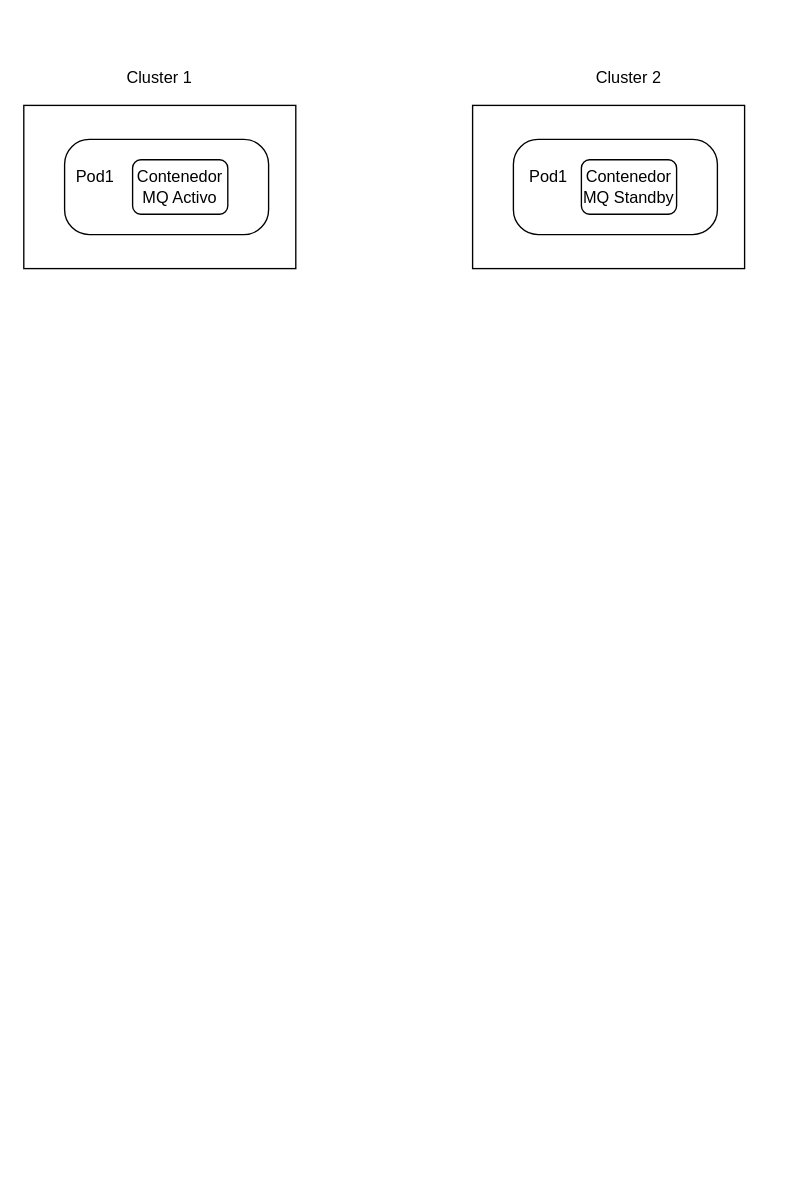
Above: POC.drawio in dacht87/PoC_SUNAT (draw.io), before the change. Source tidied: cells renumbered, new cells numbered last; positions are measured from the earlier drawing's top-left corner, leaving out a move shared by most shapes. Both pictures are drawn from the tidied source at 136%, with x=0, y=0 at pixel (23, 64).
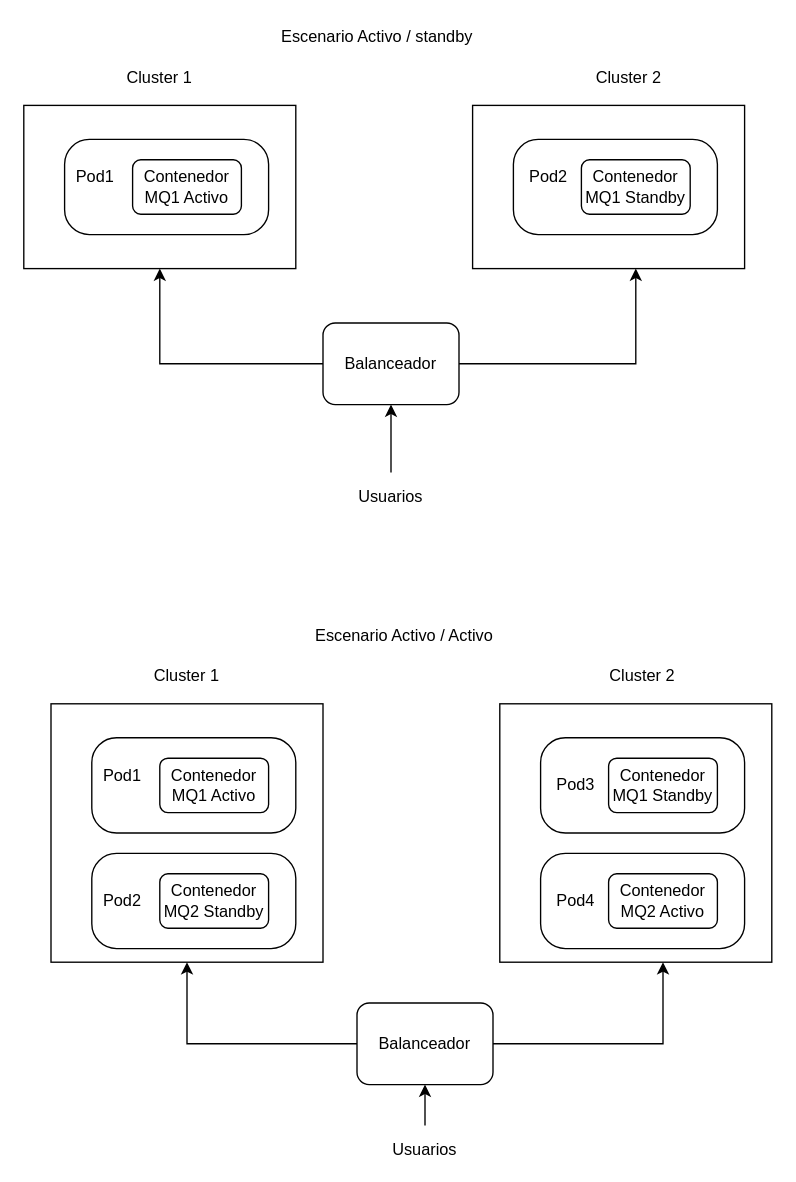
The same page after the edit.

The change refers to these unchanged cells:
```xml
<mxCell id="2" style="rounded=0;whiteSpace=wrap;html=1;" parent="1" vertex="1">
  <mxGeometry y="30" width="200" height="120" as="geometry" />
</mxCell>
<mxCell id="7" style="rounded=0;whiteSpace=wrap;html=1;" parent="1" vertex="1">
  <mxGeometry x="330" y="30" width="200" height="120" as="geometry" />
</mxCell>
```

What changed in the source:
```diff
@@
-    <mxCell id="6" value="Contenedor MQ Activo" style="rounded=1;whiteSpace=wrap;html=1;" parent="1" vertex="1">
-      <mxGeometry x="80" y="70" width="70" height="40" as="geometry" />
+    <mxCell id="6" value="Contenedor MQ1 Activo" style="rounded=1;whiteSpace=wrap;html=1;" parent="1" vertex="1">
+      <mxGeometry x="80" y="70" width="80" height="40" as="geometry" />
     </mxCell>
@@
-    <mxCell id="8" value="&lt;div&gt;&lt;span&gt;&amp;nbsp; &amp;nbsp;Pod1&lt;/span&gt;&lt;/div&gt;&lt;div&gt;&lt;br&gt;&lt;/div&gt;" style="rounded=1;whiteSpace=wrap;html=1;arcSize=26;align=left;" parent="1" vertex="1">
+    <mxCell id="8" value="&lt;div&gt;&lt;span&gt;&amp;nbsp; &amp;nbsp;Pod2&lt;/span&gt;&lt;/div&gt;&lt;div&gt;&lt;br&gt;&lt;/div&gt;" style="rounded=1;whiteSpace=wrap;html=1;arcSize=26;align=left;" parent="1" vertex="1">
       <mxGeometry x="360" y="55" width="150" height="70" as="geometry" />
     </mxCell>
-    <mxCell id="9" value="Contenedor MQ Standby" style="rounded=1;whiteSpace=wrap;html=1;" parent="1" vertex="1">
-      <mxGeometry x="410" y="70" width="70" height="40" as="geometry" />
+    <mxCell id="9" value="Contenedor MQ1 Standby" style="rounded=1;whiteSpace=wrap;html=1;" parent="1" vertex="1">
+      <mxGeometry x="410" y="70" width="80" height="40" as="geometry" />
     </mxCell>
+    <mxCell id="10" style="edgeStyle=orthogonalEdgeStyle;rounded=0;jettySize=auto;html=1;entryX=0.5;entryY=1;entryDx=0;entryDy=0;" parent="1" edge="1" source="12" target="2">
+      <mxGeometry relative="1" as="geometry" />
+    </mxCell>
+    <mxCell id="11" style="edgeStyle=orthogonalEdgeStyle;rounded=0;jettySize=auto;html=1;entryX=0.6;entryY=1;entryDx=0;entryDy=0;entryPerimeter=0;" parent="1" edge="1" source="12" target="7">
+      <mxGeometry relative="1" as="geometry" />
+    </mxCell>
+    <mxCell id="12" value="Balanceador" style="rounded=1;whiteSpace=wrap;html=1;" parent="1" vertex="1">
+      <mxGeometry x="220" y="190" width="100" height="60" as="geometry" />
+    </mxCell>
+    <mxCell id="13" style="edgeStyle=orthogonalEdgeStyle;rounded=0;jettySize=auto;html=1;entryX=0.5;entryY=1;entryDx=0;entryDy=0;" parent="1" edge="1" source="14" target="12">
+      <mxGeometry relative="1" as="geometry" />
+    </mxCell>
+    <mxCell id="14" value="&lt;br&gt;Usuarios" style="text;html=1;strokeColor=none;fillColor=none;align=center;verticalAlign=middle;whiteSpace=wrap;rounded=0;" parent="1" vertex="1">
+      <mxGeometry x="250" y="300" width="40" height="20" as="geometry" />
+    </mxCell>
+    <mxCell id="15" value="Escenario Activo / standby" style="text;html=1;strokeColor=none;fillColor=none;align=center;verticalAlign=middle;whiteSpace=wrap;rounded=0;" parent="1" vertex="1">
+      <mxGeometry x="160" y="-30" width="200" height="20" as="geometry" />
+    </mxCell>
+    <mxCell id="16" style="rounded=0;whiteSpace=wrap;html=1;" parent="1" vertex="1">
+      <mxGeometry x="20" y="470" width="200" height="190" as="geometry" />
+    </mxCell>
+    <mxCell id="17" value="Cluster 1" style="text;html=1;strokeColor=none;fillColor=none;align=center;verticalAlign=middle;whiteSpace=wrap;rounded=0;" parent="1" vertex="1">
+      <mxGeometry x="85" y="440" width="70" height="20" as="geometry" />
+    </mxCell>
+    <mxCell id="18" value="Cluster 2" style="text;html=1;strokeColor=none;fillColor=none;align=center;verticalAlign=middle;whiteSpace=wrap;rounded=0;" parent="1" vertex="1">
+      <mxGeometry x="420" y="440" width="70" height="20" as="geometry" />
+    </mxCell>
+    <mxCell id="19" value="&lt;div&gt;&lt;span&gt;&amp;nbsp; Pod1&lt;/span&gt;&lt;/div&gt;&lt;div&gt;&lt;br&gt;&lt;/div&gt;" style="rounded=1;whiteSpace=wrap;html=1;arcSize=26;align=left;" parent="1" vertex="1">
+      <mxGeometry x="50" y="495" width="150" height="70" as="geometry" />
+    </mxCell>
+    <mxCell id="20" value="Contenedor MQ1 Activo" style="rounded=1;whiteSpace=wrap;html=1;" parent="1" vertex="1">
+      <mxGeometry x="100" y="510" width="80" height="40" as="geometry" />
+    </mxCell>
+    <mxCell id="21" style="rounded=0;whiteSpace=wrap;html=1;" parent="1" vertex="1">
+      <mxGeometry x="350" y="470" width="200" height="190" as="geometry" />
+    </mxCell>
+    <mxCell id="22" value="&lt;div&gt;&lt;span&gt;&amp;nbsp; &amp;nbsp;Pod3&lt;/span&gt;&lt;/div&gt;" style="rounded=1;whiteSpace=wrap;html=1;arcSize=26;align=left;" parent="1" vertex="1">
+      <mxGeometry x="380" y="495" width="150" height="70" as="geometry" />
+    </mxCell>
+    <mxCell id="23" value="Contenedor MQ1 Standby" style="rounded=1;whiteSpace=wrap;html=1;" parent="1" vertex="1">
+      <mxGeometry x="430" y="510" width="80" height="40" as="geometry" />
+    </mxCell>
+    <mxCell id="24" style="edgeStyle=orthogonalEdgeStyle;rounded=0;jettySize=auto;html=1;entryX=0.5;entryY=1;entryDx=0;entryDy=0;" parent="1" edge="1" source="26" target="16">
+      <mxGeometry relative="1" as="geometry" />
+    </mxCell>
+    <mxCell id="25" style="edgeStyle=orthogonalEdgeStyle;rounded=0;jettySize=auto;html=1;entryX=0.6;entryY=1;entryDx=0;entryDy=0;entryPerimeter=0;" parent="1" edge="1" source="26" target="21">
+      <mxGeometry relative="1" as="geometry" />
+    </mxCell>
+    <mxCell id="26" value="Balanceador" style="rounded=1;whiteSpace=wrap;html=1;" parent="1" vertex="1">
+      <mxGeometry x="245" y="690" width="100" height="60" as="geometry" />
+    </mxCell>
+    <mxCell id="27" style="edgeStyle=orthogonalEdgeStyle;rounded=0;jettySize=auto;html=1;entryX=0.5;entryY=1;entryDx=0;entryDy=0;" parent="1" edge="1" source="28" target="26">
+      <mxGeometry relative="1" as="geometry" />
+    </mxCell>
+    <mxCell id="28" value="&lt;br&gt;Usuarios" style="text;html=1;strokeColor=none;fillColor=none;align=center;verticalAlign=middle;whiteSpace=wrap;rounded=0;" parent="1" vertex="1">
+      <mxGeometry x="275" y="780" width="40" height="20" as="geometry" />
+    </mxCell>
+    <mxCell id="29" value="Escenario Activo / Activo" style="text;html=1;strokeColor=none;fillColor=none;align=center;verticalAlign=middle;whiteSpace=wrap;rounded=0;" parent="1" vertex="1">
+      <mxGeometry x="180" y="410" width="200" height="20" as="geometry" />
+    </mxCell>
+    <mxCell id="30" value="&lt;div&gt;&lt;span&gt;&amp;nbsp; Pod2&lt;/span&gt;&lt;/div&gt;" style="rounded=1;whiteSpace=wrap;html=1;arcSize=26;align=left;" parent="1" vertex="1">
+      <mxGeometry x="50" y="580" width="150" height="70" as="geometry" />
+    </mxCell>
+    <mxCell id="31" value="Contenedor MQ2 Standby" style="rounded=1;whiteSpace=wrap;html=1;" parent="1" vertex="1">
+      <mxGeometry x="100" y="595" width="80" height="40" as="geometry" />
+    </mxCell>
+    <mxCell id="32" value="&lt;div&gt;&lt;span&gt;&amp;nbsp; &amp;nbsp;Pod4&lt;/span&gt;&lt;/div&gt;" style="rounded=1;whiteSpace=wrap;html=1;arcSize=26;align=left;" parent="1" vertex="1">
+      <mxGeometry x="380" y="580" width="150" height="70" as="geometry" />
+    </mxCell>
+    <mxCell id="33" value="Contenedor MQ2 Activo" style="rounded=1;whiteSpace=wrap;html=1;" parent="1" vertex="1">
+      <mxGeometry x="430" y="595" width="80" height="40" as="geometry" />
+    </mxCell>
```
